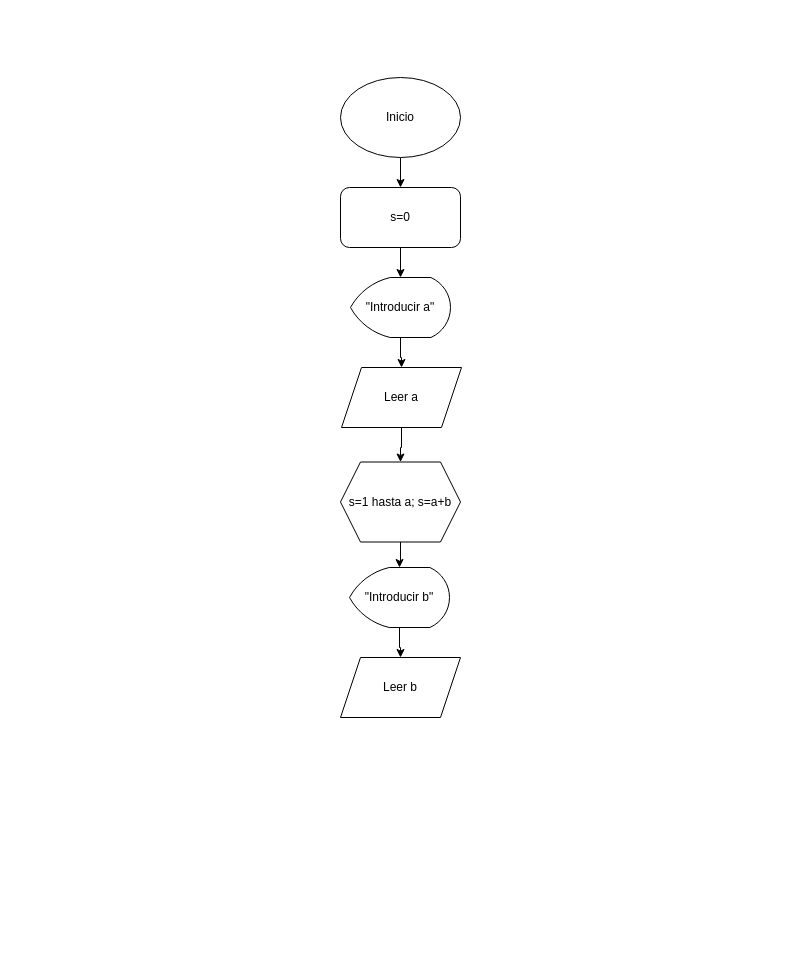
nataliemurilloa/Diagramadeflujo keeps this draw.io diagram as DF5GRUPO5.drawio. Above is the earlier version. Source tidied: cells renumbered, new cells numbered last; positions are measured from the earlier drawing's top-left corner, leaving out a move shared by most shapes. Both pictures are drawn from the tidied source at 100%, with x=0, y=0 at pixel (340, 77).
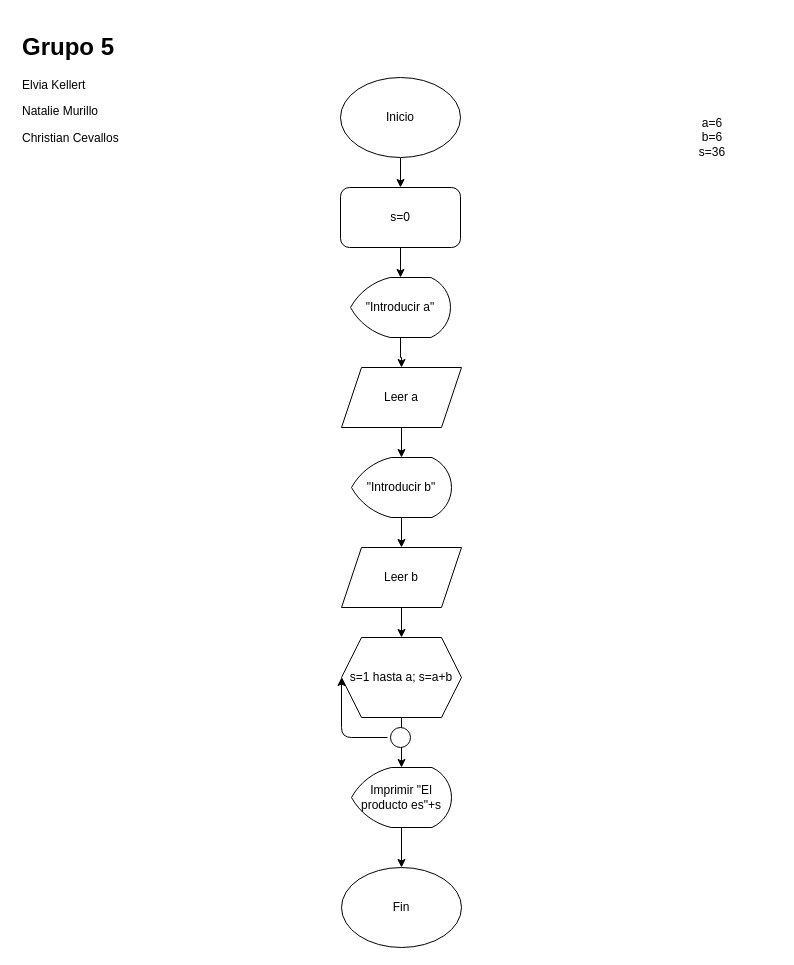
After the change.

The change refers to these unchanged cells:
```xml
<mxCell id="7" value="Leer a" style="shape=parallelogram;perimeter=parallelogramPerimeter;whiteSpace=wrap;html=1;fixedSize=1;" parent="1" vertex="1">
  <mxGeometry x="1" y="290" width="120" height="60" as="geometry" />
</mxCell>
```

Change to the diagram source:
```diff
@@
-    <mxCell id="6" style="edgeStyle=orthogonalEdgeStyle;rounded=0;jettySize=auto;html=1;" parent="1" edge="1" source="7" target="11">
-      <mxGeometry relative="1" as="geometry" />
-    </mxCell>
+    <mxCell id="15" style="edgeStyle=orthogonalEdgeStyle;rounded=0;jettySize=auto;html=1;" parent="1" edge="1" source="7" target="14">
+      <mxGeometry relative="1" as="geometry" />
+    </mxCell>
@@
-    <mxCell id="10" style="edgeStyle=orthogonalEdgeStyle;rounded=0;jettySize=auto;html=1;" parent="1" edge="1" source="11" target="14">
-      <mxGeometry relative="1" as="geometry" />
-    </mxCell>
+    <mxCell id="16" style="edgeStyle=orthogonalEdgeStyle;rounded=0;jettySize=auto;html=1;" parent="1" edge="1" source="11" target="19">
+      <mxGeometry relative="1" as="geometry" />
+    </mxCell>
     <mxCell id="11" value="s=1 hasta a; s=a+b" style="shape=hexagon;perimeter=hexagonPerimeter2;whiteSpace=wrap;html=1;fixedSize=1;strokeWidth=1;" parent="1" vertex="1">
-      <mxGeometry y="384.5" width="120" height="80" as="geometry" />
+      <mxGeometry x="1" y="560" width="120" height="80" as="geometry" />
     </mxCell>
+    <mxCell id="17" style="edgeStyle=orthogonalEdgeStyle;rounded=0;jettySize=auto;html=1;" parent="1" edge="1" source="12" target="11">
+      <mxGeometry relative="1" as="geometry" />
+    </mxCell>
     <mxCell id="12" value="Leer b" style="shape=parallelogram;perimeter=parallelogramPerimeter;whiteSpace=wrap;html=1;fixedSize=1;" parent="1" vertex="1">
-      <mxGeometry y="580" width="120" height="60" as="geometry" />
+      <mxGeometry x="1" y="470" width="120" height="60" as="geometry" />
     </mxCell>
@@
     <mxCell id="14" value="&quot;Introducir b&quot;" style="strokeWidth=1;html=1;shape=mxgraph.flowchart.display;whiteSpace=wrap;" parent="1" vertex="1">
-      <mxGeometry x="9" y="490" width="100" height="60" as="geometry" />
+      <mxGeometry x="11" y="380" width="100" height="60" as="geometry" />
     </mxCell>
+    <mxCell id="18" style="edgeStyle=orthogonalEdgeStyle;rounded=0;jettySize=auto;html=1;" parent="1" edge="1" source="19" target="22">
+      <mxGeometry relative="1" as="geometry" />
+    </mxCell>
+    <mxCell id="19" value="Imprimir &quot;El producto es&quot;+s" style="strokeWidth=1;html=1;shape=mxgraph.flowchart.display;whiteSpace=wrap;" parent="1" vertex="1">
+      <mxGeometry x="11" y="690" width="100" height="60" as="geometry" />
+    </mxCell>
+    <mxCell id="20" style="ellipse;whiteSpace=wrap;html=1;strokeWidth=1;" parent="1" vertex="1">
+      <mxGeometry x="50" y="650" width="20" height="20" as="geometry" />
+    </mxCell>
+    <mxCell id="21" style="endArrow=classic;html=1;entryX=0;entryY=0.5;entryDx=0;entryDy=0;" parent="1" edge="1" target="11">
+      <mxGeometry relative="1" as="geometry">
+        <mxPoint x="47" y="660" as="sourcePoint" />
+        <Array as="points">
+          <mxPoint x="1" y="660" />
+        </Array>
+      </mxGeometry>
+    </mxCell>
+    <mxCell id="22" value="Fin" style="ellipse;whiteSpace=wrap;html=1;strokeWidth=1;" parent="1" vertex="1">
+      <mxGeometry x="1" y="790" width="120" height="80" as="geometry" />
+    </mxCell>
+    <mxCell id="23" value="&lt;h1&gt;Grupo 5&lt;/h1&gt;&lt;p&gt;Elvia Kellert&lt;/p&gt;&lt;p&gt;Natalie Murillo&lt;/p&gt;&lt;p&gt;Christian Cevallos&lt;/p&gt;" style="text;html=1;strokeColor=none;fillColor=none;spacing=5;spacingTop=-20;whiteSpace=wrap;overflow=hidden;rounded=0;" parent="1" vertex="1">
+      <mxGeometry x="-323" y="-50" width="190" height="120" as="geometry" />
+    </mxCell>
+    <mxCell id="24" value="a=6&lt;br&gt;b=6&lt;br&gt;s=36" style="text;html=1;strokeColor=none;fillColor=none;align=center;verticalAlign=middle;whiteSpace=wrap;rounded=0;" parent="1" vertex="1">
+      <mxGeometry x="307" y="40" width="130" height="40" as="geometry" />
+    </mxCell>
```
